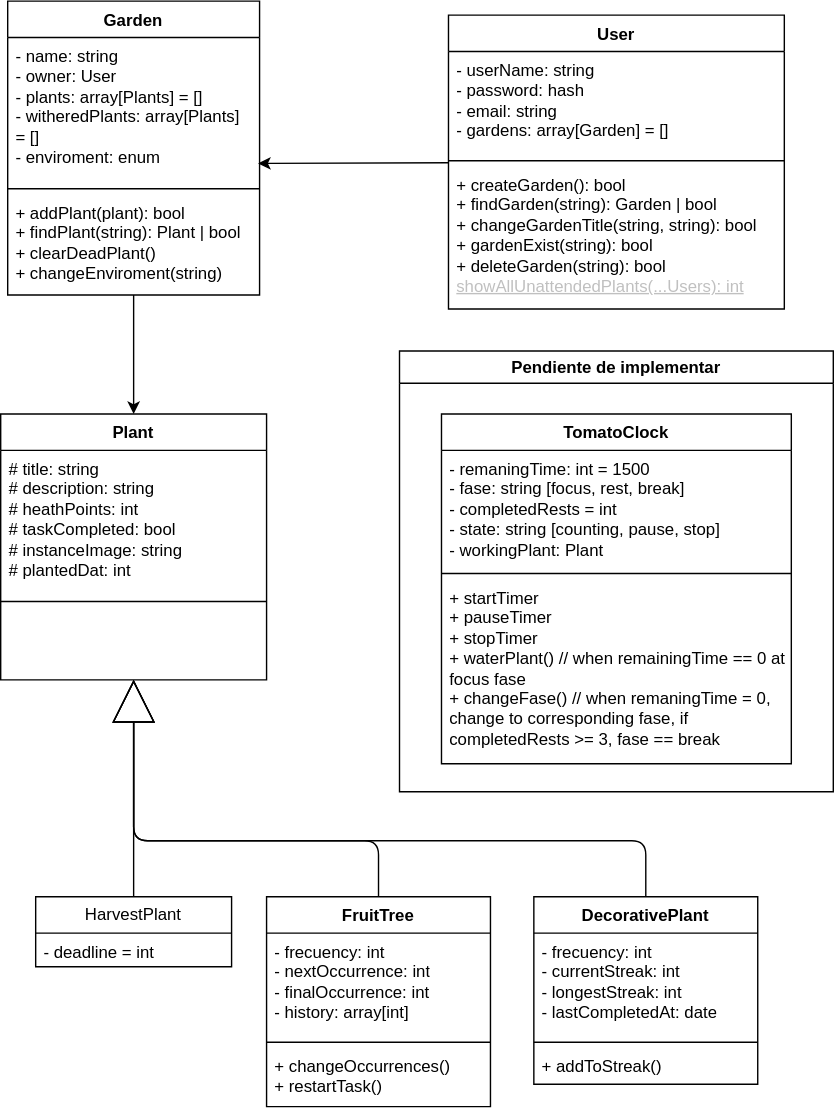
Above: utils/uml-pomodoro-garden.drawio.svg in danielmoralesar/pomodoro-garden (draw.io), before the change. Source tidied: cells renumbered, new cells last; positions are measured from the earlier drawing's top-left corner, leaving out a move shared by most shapes. Source of this version:
```xml
<mxGraphModel>
  <root>
    <mxCell id="0" />
    <mxCell id="1" parent="0" />
    <mxCell id="2" value="Plant" style="swimlane;fontStyle=1;align=center;verticalAlign=top;horizontal=1;startSize=26;whiteSpace=wrap;html=1;" parent="1" vertex="1">
      <mxGeometry y="295" width="190" height="190" as="geometry" />
    </mxCell>
    <mxCell id="3" value="# title: string&lt;div&gt;# description: string&lt;/div&gt;&lt;div&gt;# heathPoints: int&amp;nbsp;&lt;/div&gt;&lt;div&gt;# taskCompleted: bool&lt;/div&gt;&lt;div&gt;# instanceImage: string&lt;/div&gt;&lt;div&gt;# plantedDat: int&lt;/div&gt;" style="text;strokeColor=none;fillColor=none;align=left;verticalAlign=top;spacingLeft=4;spacingRight=4;overflow=hidden;whiteSpace=wrap;html=1;" parent="2" vertex="1">
      <mxGeometry y="26" width="190" height="104" as="geometry" />
    </mxCell>
    <mxCell id="4" style="line;strokeWidth=1;fillColor=none;align=left;verticalAlign=middle;spacingTop=-1;spacingLeft=3;spacingRight=3;labelPosition=right;strokeColor=inherit;" parent="2" vertex="1">
      <mxGeometry y="130" width="190" height="8" as="geometry" />
    </mxCell>
    <mxCell id="5" value="&lt;div&gt;&lt;font style=&quot;color: rgb(255, 255, 255);&quot;&gt;&lt;font style=&quot;&quot;&gt;+ completeOrR&lt;/font&gt;&lt;span style=&quot;background-color: transparent;&quot;&gt;eopenTask(bool)&lt;/span&gt;&lt;/font&gt;&lt;/div&gt;&lt;div&gt;&lt;font style=&quot;color: rgb(255, 255, 255);&quot;&gt;&lt;u style=&quot;&quot;&gt;+ calculateHealthPoints()&lt;/u&gt;&lt;/font&gt;&lt;/div&gt;" style="text;strokeColor=none;fillColor=none;align=left;verticalAlign=top;spacingLeft=4;spacingRight=4;overflow=hidden;points=[[0,0.5],[1,0.5]];portConstraint=eastwest;whiteSpace=wrap;html=1;" parent="2" vertex="1">
      <mxGeometry y="138" width="190" height="52" as="geometry" />
    </mxCell>
    <mxCell id="6" style="edgeStyle=none;html=1;endArrow=block;endFill=0;endSize=28;" parent="1" edge="1" source="7" target="5">
      <mxGeometry relative="1" as="geometry" />
    </mxCell>
    <mxCell id="7" value="HarvestPlant" style="swimlane;fontStyle=0;horizontal=1;startSize=26;fillColor=none;whiteSpace=wrap;html=1;" parent="1" vertex="1">
      <mxGeometry x="25" y="640" width="140" height="50" as="geometry" />
    </mxCell>
    <mxCell id="8" value="- deadline = int" style="text;strokeColor=none;fillColor=none;align=left;verticalAlign=top;spacingLeft=4;spacingRight=4;overflow=hidden;whiteSpace=wrap;html=1;" parent="7" vertex="1">
      <mxGeometry y="26" width="140" height="24" as="geometry" />
    </mxCell>
    <mxCell id="9" style="edgeStyle=orthogonalEdgeStyle;shape=connector;rounded=1;html=1;strokeColor=default;align=center;verticalAlign=middle;fontFamily=Helvetica;fontSize=11;fontColor=default;labelBackgroundColor=default;endArrow=block;endFill=0;endSize=28;" parent="1" edge="1" source="10" target="2">
      <mxGeometry relative="1" as="geometry">
        <Array as="points">
          <mxPoint x="270" y="600" />
          <mxPoint x="95" y="600" />
        </Array>
      </mxGeometry>
    </mxCell>
    <mxCell id="10" value="FruitTree" style="swimlane;fontStyle=1;align=center;verticalAlign=top;horizontal=1;startSize=26;whiteSpace=wrap;html=1;" parent="1" vertex="1">
      <mxGeometry x="190" y="640" width="160" height="150" as="geometry" />
    </mxCell>
    <mxCell id="11" value="- frecuency: int&lt;div&gt;- nextOccurrence: int&lt;/div&gt;&lt;div&gt;- finalOccurrence: int&lt;/div&gt;&lt;div&gt;- history: array[int]&lt;/div&gt;" style="text;strokeColor=none;fillColor=none;align=left;verticalAlign=top;spacingLeft=4;spacingRight=4;overflow=hidden;whiteSpace=wrap;html=1;" parent="10" vertex="1">
      <mxGeometry y="26" width="160" height="74" as="geometry" />
    </mxCell>
    <mxCell id="12" style="line;strokeWidth=1;fillColor=none;align=left;verticalAlign=middle;spacingTop=-1;spacingLeft=3;spacingRight=3;labelPosition=right;strokeColor=inherit;" parent="10" vertex="1">
      <mxGeometry y="100" width="160" height="8" as="geometry" />
    </mxCell>
    <mxCell id="13" value="+ changeOccurrences()&lt;div&gt;+ restartTask()&lt;/div&gt;" style="text;strokeColor=none;fillColor=none;align=left;verticalAlign=top;spacingLeft=4;spacingRight=4;overflow=hidden;whiteSpace=wrap;html=1;" parent="10" vertex="1">
      <mxGeometry y="108" width="160" height="42" as="geometry" />
    </mxCell>
    <mxCell id="14" style="edgeStyle=orthogonalEdgeStyle;shape=connector;rounded=1;html=1;strokeColor=default;align=center;verticalAlign=middle;fontFamily=Helvetica;fontSize=11;fontColor=default;labelBackgroundColor=default;endArrow=block;endFill=0;endSize=28;" parent="1" edge="1" source="15" target="2">
      <mxGeometry relative="1" as="geometry">
        <Array as="points">
          <mxPoint x="461" y="600" />
          <mxPoint x="95" y="600" />
        </Array>
      </mxGeometry>
    </mxCell>
    <mxCell id="15" value="DecorativePlant" style="swimlane;fontStyle=1;align=center;verticalAlign=top;horizontal=1;startSize=26;whiteSpace=wrap;html=1;" parent="1" vertex="1">
      <mxGeometry x="381" y="640" width="160" height="134" as="geometry" />
    </mxCell>
    <mxCell id="16" value="- frecuency: int&lt;div&gt;- currentStreak: int&lt;/div&gt;&lt;div&gt;- longestStreak: int&lt;/div&gt;&lt;div&gt;- lastCompletedAt: date&lt;/div&gt;" style="text;strokeColor=none;fillColor=none;align=left;verticalAlign=top;spacingLeft=4;spacingRight=4;overflow=hidden;whiteSpace=wrap;html=1;" parent="15" vertex="1">
      <mxGeometry y="26" width="160" height="74" as="geometry" />
    </mxCell>
    <mxCell id="17" style="line;strokeWidth=1;fillColor=none;align=left;verticalAlign=middle;spacingTop=-1;spacingLeft=3;spacingRight=3;labelPosition=right;strokeColor=inherit;" parent="15" vertex="1">
      <mxGeometry y="100" width="160" height="8" as="geometry" />
    </mxCell>
    <mxCell id="18" value="+ addToStreak()" style="text;strokeColor=none;fillColor=none;align=left;verticalAlign=top;spacingLeft=4;spacingRight=4;overflow=hidden;whiteSpace=wrap;html=1;" parent="15" vertex="1">
      <mxGeometry y="108" width="160" height="26" as="geometry" />
    </mxCell>
    <mxCell id="19" style="edgeStyle=none;html=1;entryX=0.5;entryY=0;entryDx=0;entryDy=0;" parent="1" edge="1" source="20" target="2">
      <mxGeometry relative="1" as="geometry" />
    </mxCell>
    <mxCell id="20" value="Garden" style="swimlane;fontStyle=1;align=center;verticalAlign=top;horizontal=1;startSize=26;whiteSpace=wrap;html=1;" parent="1" vertex="1">
      <mxGeometry x="5" width="180" height="210" as="geometry" />
    </mxCell>
    <mxCell id="21" value="&lt;div&gt;- name: string&lt;/div&gt;- owner: User&lt;div&gt;&lt;div&gt;- plants: array[Plants] = []&lt;/div&gt;&lt;/div&gt;&lt;div&gt;- witheredPlants: array[Plants] = []&lt;/div&gt;&lt;div&gt;- enviroment: enum&lt;/div&gt;" style="text;strokeColor=none;fillColor=none;align=left;verticalAlign=top;spacingLeft=4;spacingRight=4;overflow=hidden;points=[[0,0.5],[1,0.5]];portConstraint=eastwest;whiteSpace=wrap;html=1;" parent="20" vertex="1">
      <mxGeometry y="26" width="180" height="104" as="geometry" />
    </mxCell>
    <mxCell id="22" style="line;strokeWidth=1;fillColor=none;align=left;verticalAlign=middle;spacingTop=-1;spacingLeft=3;spacingRight=3;labelPosition=right;strokeColor=inherit;" parent="20" vertex="1">
      <mxGeometry y="130" width="180" height="8" as="geometry" />
    </mxCell>
    <mxCell id="23" value="+ addPlant(plant): bool&lt;div&gt;&lt;font&gt;+ findPlant(string): Plant | bool&lt;br&gt;&lt;/font&gt;&lt;div&gt;+ clearDeadPlant()&lt;/div&gt;&lt;div&gt;+ changeEnviroment(string)&lt;/div&gt;&lt;/div&gt;" style="text;strokeColor=none;fillColor=none;align=left;verticalAlign=top;spacingLeft=4;spacingRight=4;overflow=hidden;whiteSpace=wrap;html=1;" parent="20" vertex="1">
      <mxGeometry y="138" width="180" height="72" as="geometry" />
    </mxCell>
    <mxCell id="24" value="User" style="swimlane;fontStyle=1;align=center;verticalAlign=top;horizontal=1;startSize=26;whiteSpace=wrap;html=1;" parent="1" vertex="1">
      <mxGeometry x="320" y="10" width="240" height="210" as="geometry" />
    </mxCell>
    <mxCell id="25" value="- userName: string&lt;div&gt;- password: hash&lt;/div&gt;&lt;div&gt;- email: string&lt;/div&gt;&lt;div&gt;- gardens: array[Garden] = []&lt;/div&gt;&lt;div&gt;&lt;br&gt;&lt;/div&gt;" style="text;strokeColor=none;fillColor=none;align=left;verticalAlign=top;spacingLeft=4;spacingRight=4;overflow=hidden;whiteSpace=wrap;html=1;" parent="24" vertex="1">
      <mxGeometry y="26" width="240" height="74" as="geometry" />
    </mxCell>
    <mxCell id="26" style="line;strokeWidth=1;fillColor=none;align=left;verticalAlign=middle;spacingTop=-1;spacingLeft=3;spacingRight=3;labelPosition=right;strokeColor=inherit;" parent="24" vertex="1">
      <mxGeometry y="100" width="240" height="8" as="geometry" />
    </mxCell>
    <mxCell id="27" value="&lt;div&gt;&lt;span style=&quot;background-color: transparent;&quot;&gt;&lt;font style=&quot;color: rgb(0, 0, 0);&quot;&gt;+ createGarden(): bool&amp;nbsp;&lt;/font&gt;&lt;/span&gt;&lt;/div&gt;&lt;div&gt;&lt;font style=&quot;color: rgb(0, 0, 0);&quot;&gt;+ findGarden(string): Garden | bool&lt;/font&gt;&lt;/div&gt;&lt;div&gt;&lt;font style=&quot;color: rgb(0, 0, 0);&quot;&gt;+ changeGardenTitle(string, string): bool&lt;/font&gt;&lt;/div&gt;&lt;div&gt;&lt;font style=&quot;color: rgb(0, 0, 0);&quot;&gt;+ gardenExist(string): bool&lt;br&gt;&lt;/font&gt;&lt;div&gt;&lt;font style=&quot;color: rgb(0, 0, 0);&quot;&gt;+ deleteGarden(string): bool&lt;/font&gt;&lt;/div&gt;&lt;div&gt;&lt;font style=&quot;color: rgb(192, 192, 192);&quot;&gt;&lt;u style=&quot;scrollbar-color: rgb(75, 75, 75) rgb(27, 29, 30);&quot;&gt;showAllUnattendedPlants(...Users): int&lt;/u&gt;&lt;/font&gt;&lt;/div&gt;&lt;div&gt;&lt;br&gt;&lt;/div&gt;&lt;/div&gt;" style="text;strokeColor=none;fillColor=none;align=left;verticalAlign=top;spacingLeft=4;spacingRight=4;overflow=hidden;whiteSpace=wrap;html=1;" parent="24" vertex="1">
      <mxGeometry y="108" width="240" height="102" as="geometry" />
    </mxCell>
    <mxCell id="28" style="edgeStyle=none;html=1;entryX=0.994;entryY=0.865;entryDx=0;entryDy=0;entryPerimeter=0;" parent="1" edge="1" source="24" target="21">
      <mxGeometry relative="1" as="geometry" />
    </mxCell>
    <mxCell id="29" value="Pendiente de implementar" style="swimlane;whiteSpace=wrap;html=1;" parent="1" vertex="1">
      <mxGeometry x="285" y="250" width="310" height="315" as="geometry" />
    </mxCell>
    <mxCell id="30" value="TomatoClock" style="swimlane;fontStyle=1;align=center;verticalAlign=top;horizontal=1;startSize=26;whiteSpace=wrap;html=1;" parent="29" vertex="1">
      <mxGeometry x="30" y="45" width="250" height="250" as="geometry" />
    </mxCell>
    <mxCell id="31" value="- remaningTime: int = 1500&lt;div&gt;- fase: string [focus, rest, break]&lt;/div&gt;&lt;div&gt;- completedRests = int&lt;/div&gt;&lt;div&gt;- state: string [counting, pause, stop]&lt;/div&gt;&lt;div&gt;- workingPlant: Plant&lt;/div&gt;" style="text;strokeColor=none;fillColor=none;align=left;verticalAlign=top;spacingLeft=4;spacingRight=4;overflow=hidden;whiteSpace=wrap;html=1;" parent="30" vertex="1">
      <mxGeometry y="26" width="250" height="84" as="geometry" />
    </mxCell>
    <mxCell id="32" style="line;strokeWidth=1;fillColor=none;align=left;verticalAlign=middle;spacingTop=-1;spacingLeft=3;spacingRight=3;labelPosition=right;strokeColor=inherit;" parent="30" vertex="1">
      <mxGeometry y="110" width="250" height="8" as="geometry" />
    </mxCell>
    <mxCell id="33" value="+ startTimer&lt;div&gt;+ pauseTimer&lt;/div&gt;&lt;div&gt;+ stopTimer&lt;/div&gt;&lt;div&gt;+ waterPlant() // when remainingTime == 0 at focus fase&lt;/div&gt;&lt;div&gt;+ changeFase() // when remaningTime = 0, change to corresponding fase, if completedRests &amp;gt;= 3, fase == break&lt;/div&gt;" style="text;strokeColor=none;fillColor=none;align=left;verticalAlign=top;spacingLeft=4;spacingRight=4;overflow=hidden;whiteSpace=wrap;html=1;" parent="30" vertex="1">
      <mxGeometry y="118" width="250" height="132" as="geometry" />
    </mxCell>
  </root>
</mxGraphModel>
```
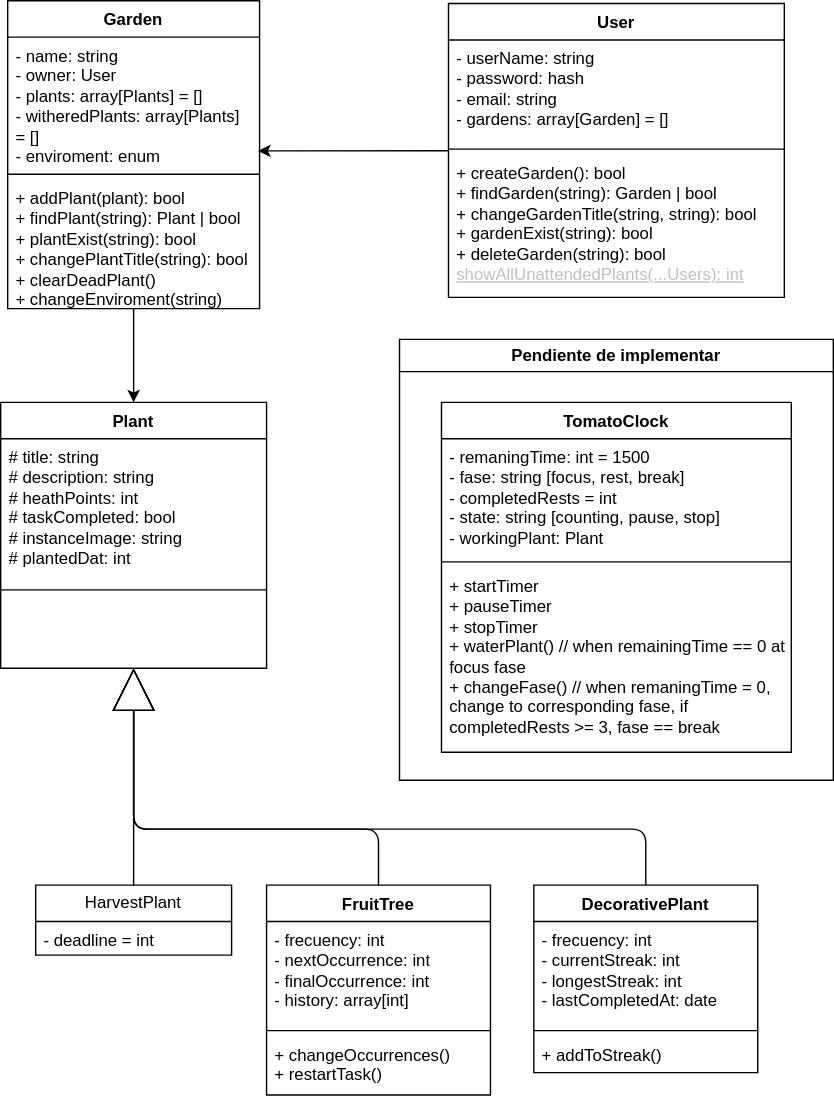
After the commit.

What changed in the source:
```diff
@@ -67,16 +67,16 @@
       <mxGeometry relative="1" as="geometry" />
     </mxCell>
     <mxCell id="20" value="Garden" style="swimlane;fontStyle=1;align=center;verticalAlign=top;horizontal=1;startSize=26;whiteSpace=wrap;html=1;" parent="1" vertex="1">
-      <mxGeometry x="5" width="180" height="210" as="geometry" />
+      <mxGeometry x="5" y="8" width="180" height="220" as="geometry" />
     </mxCell>
     <mxCell id="21" value="&lt;div&gt;- name: string&lt;/div&gt;- owner: User&lt;div&gt;&lt;div&gt;- plants: array[Plants] = []&lt;/div&gt;&lt;/div&gt;&lt;div&gt;- witheredPlants: array[Plants] = []&lt;/div&gt;&lt;div&gt;- enviroment: enum&lt;/div&gt;" style="text;strokeColor=none;fillColor=none;align=left;verticalAlign=top;spacingLeft=4;spacingRight=4;overflow=hidden;points=[[0,0.5],[1,0.5]];portConstraint=eastwest;whiteSpace=wrap;html=1;" parent="20" vertex="1">
-      <mxGeometry y="26" width="180" height="104" as="geometry" />
+      <mxGeometry y="26" width="180" height="94" as="geometry" />
     </mxCell>
     <mxCell id="22" style="line;strokeWidth=1;fillColor=none;align=left;verticalAlign=middle;spacingTop=-1;spacingLeft=3;spacingRight=3;labelPosition=right;strokeColor=inherit;" parent="20" vertex="1">
-      <mxGeometry y="130" width="180" height="8" as="geometry" />
+      <mxGeometry y="120" width="180" height="8" as="geometry" />
     </mxCell>
-    <mxCell id="23" value="+ addPlant(plant): bool&lt;div&gt;&lt;font&gt;+ findPlant(string): Plant | bool&lt;br&gt;&lt;/font&gt;&lt;div&gt;+ clearDeadPlant()&lt;/div&gt;&lt;div&gt;+ changeEnviroment(string)&lt;/div&gt;&lt;/div&gt;" style="text;strokeColor=none;fillColor=none;align=left;verticalAlign=top;spacingLeft=4;spacingRight=4;overflow=hidden;whiteSpace=wrap;html=1;" parent="20" vertex="1">
-      <mxGeometry y="138" width="180" height="72" as="geometry" />
+    <mxCell id="23" value="+ addPlant(plant): bool&lt;div&gt;&lt;font&gt;+ findPlant(string): Plant | bool&lt;/font&gt;&lt;/div&gt;&lt;div&gt;&lt;font&gt;+ plantExist(string): bool&lt;/font&gt;&lt;/div&gt;&lt;div&gt;&lt;font&gt;+ changePlantTitle(string): bool&lt;br&gt;&lt;/font&gt;&lt;div&gt;+ clearDeadPlant()&lt;/div&gt;&lt;div&gt;+ changeEnviroment(string)&lt;/div&gt;&lt;/div&gt;" style="text;strokeColor=none;fillColor=none;align=left;verticalAlign=top;spacingLeft=4;spacingRight=4;overflow=hidden;whiteSpace=wrap;html=1;" parent="20" vertex="1">
+      <mxGeometry y="128" width="180" height="92" as="geometry" />
     </mxCell>
     <mxCell id="24" value="User" style="swimlane;fontStyle=1;align=center;verticalAlign=top;horizontal=1;startSize=26;whiteSpace=wrap;html=1;" parent="1" vertex="1">
       <mxGeometry x="320" y="10" width="240" height="210" as="geometry" />
```
